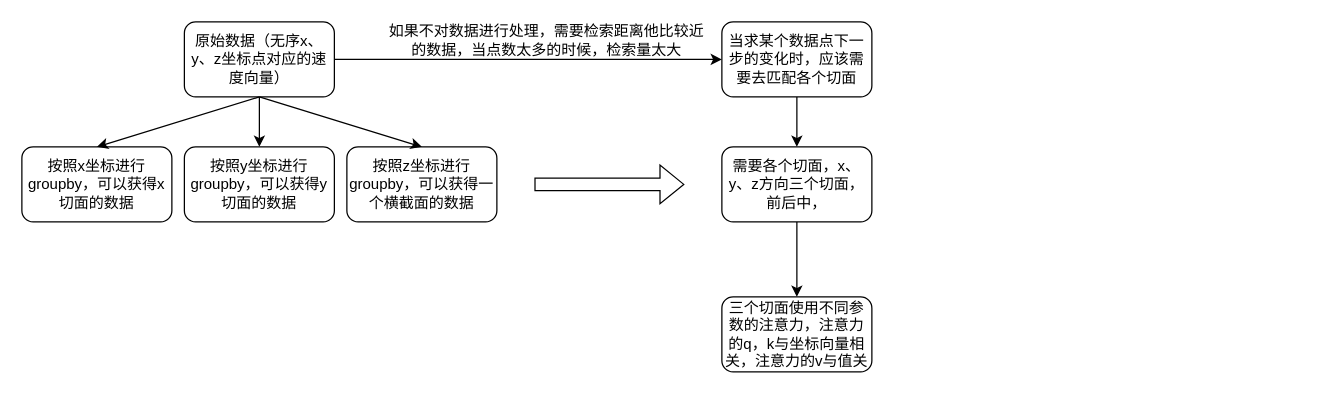
The draw.io diagram 未命名绘图.drawio in xmu-hph/my_pictures, before the edit. Source tidied: cells renumbered, new cells numbered last; positions are measured from the earlier drawing's top-left corner, leaving out a move shared by most shapes. Both pictures are drawn from the tidied source at 125%, with x=0, y=0 at pixel (21, 21).
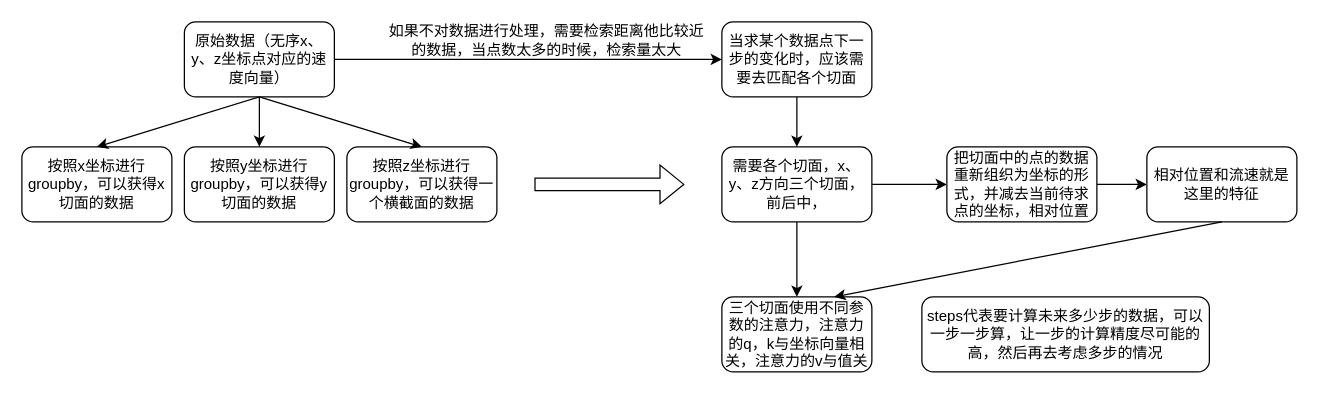
Above is the later version.

Commit message (it also covers changes not shown here):
更新未命名绘图.drawio

Unchanged cells that the change refers to:
```xml
<mxCell id="14" value="需要各个切面，x、y、z方向三个切面，前后中，" style="rounded=1;whiteSpace=wrap;html=1;" parent="1" vertex="1">
  <mxGeometry x="560" y="100" width="120" height="60" as="geometry" />
</mxCell>
<mxCell id="15" value="三个切面使用不同参数的注意力，注意力的q，k与坐标向量相关，注意力的v与值关" style="rounded=1;whiteSpace=wrap;html=1;" parent="1" vertex="1">
  <mxGeometry x="560" y="220" width="120" height="60" as="geometry" />
</mxCell>
```

What changed in the source:
```diff
@@
+    <mxCell id="17" style="edgeStyle=orthogonalEdgeStyle;rounded=0;jettySize=auto;html=1;" parent="1" edge="1" source="14" target="19">
+      <mxGeometry relative="1" as="geometry" />
+    </mxCell>
@@
+    <mxCell id="18" style="edgeStyle=orthogonalEdgeStyle;rounded=0;jettySize=auto;html=1;" parent="1" edge="1" source="19" target="20">
+      <mxGeometry relative="1" as="geometry" />
+    </mxCell>
+    <mxCell id="19" value="把切面中的点的数据重新组织为坐标的形式，并减去当前待求点的坐标，相对位置" style="rounded=1;whiteSpace=wrap;html=1;" parent="1" vertex="1">
+      <mxGeometry x="740" y="100" width="120" height="60" as="geometry" />
+    </mxCell>
+    <mxCell id="20" value="相对位置和流速就是这里的特征" style="rounded=1;whiteSpace=wrap;html=1;" parent="1" vertex="1">
+      <mxGeometry x="900" y="100" width="120" height="60" as="geometry" />
+    </mxCell>
+    <mxCell id="21" style="endArrow=classic;html=1;rounded=0;exitX=0.5;exitY=1;exitDx=0;exitDy=0;entryX=0.75;entryY=0;entryDx=0;entryDy=0;" parent="1" edge="1" source="20" target="15">
+      <mxGeometry relative="1" as="geometry" />
+    </mxCell>
+    <mxCell id="22" value="steps代表要计算未来多少步的数据，可以一步一步算，让一步的计算精度尽可能的高，然后再去考虑多步的情况" style="rounded=1;whiteSpace=wrap;html=1;" parent="1" vertex="1">
+      <mxGeometry x="720" y="220" width="230" height="60" as="geometry" />
+    </mxCell>
```
